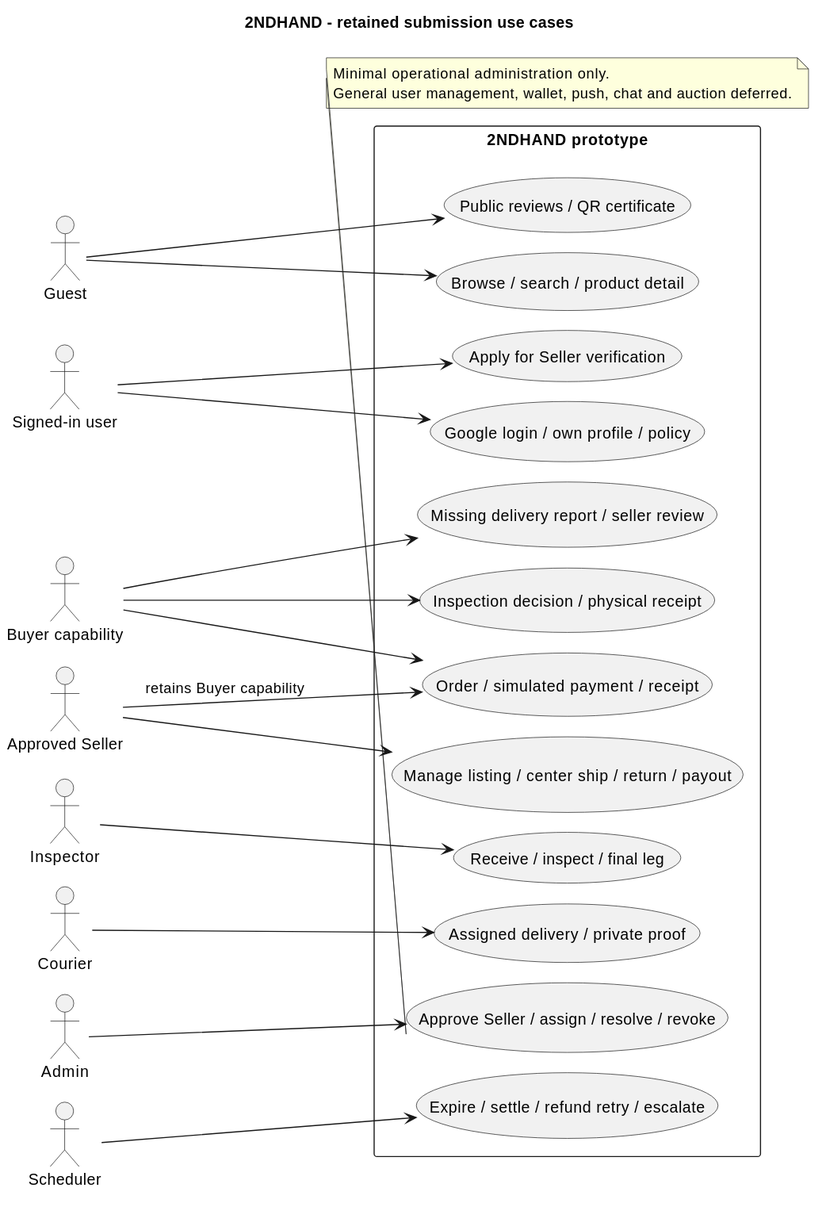
Earlier version of the PlantUML export doc/submission-2026-10-08/diagrams/rendered/use-cases.svg (naithammarak/secondhand-marketplace-android-app). Source of this version:
```plantuml
@startuml
!pragma layout smetana
title 2NDHAND - retained submission use cases
left to right direction
skinparam defaultFontName SansSerif
skinparam backgroundColor #FFFFFF
skinparam shadowing false
actor Guest
actor "Signed-in user" as User
actor "Buyer capability" as Buyer
actor "Approved Seller" as Seller
actor Inspector
actor Courier
actor Admin
actor Scheduler

rectangle "2NDHAND prototype" {
  usecase "Browse / search / product detail" as Browse
  usecase "Public reviews / QR certificate" as Public
  usecase "Google login / own profile / policy" as Profile
  usecase "Apply for Seller verification" as Apply
  usecase "Order / simulated payment / receipt" as Pay
  usecase "Inspection decision / physical receipt" as Decision
  usecase "Missing delivery report / seller review" as Review
  usecase "Manage listing / center ship / return / payout" as Sell
  usecase "Receive / inspect / final leg" as Inspect
  usecase "Assigned delivery / private proof" as Deliver
  usecase "Approve Seller / assign / resolve / revoke" as Manage
  usecase "Expire / settle / refund retry / escalate" as Jobs
}
Guest --> Browse
Guest --> Public
User --> Profile
User --> Apply
Buyer --> Pay
Buyer --> Decision
Buyer --> Review
Seller --> Sell
Seller --> Pay : retains Buyer capability
Inspector --> Inspect
Courier --> Deliver
Admin --> Manage
Scheduler --> Jobs
note bottom of Manage
  Minimal operational administration only.
  General user management, wallet, push, chat and auction deferred.
end note
@enduml
```
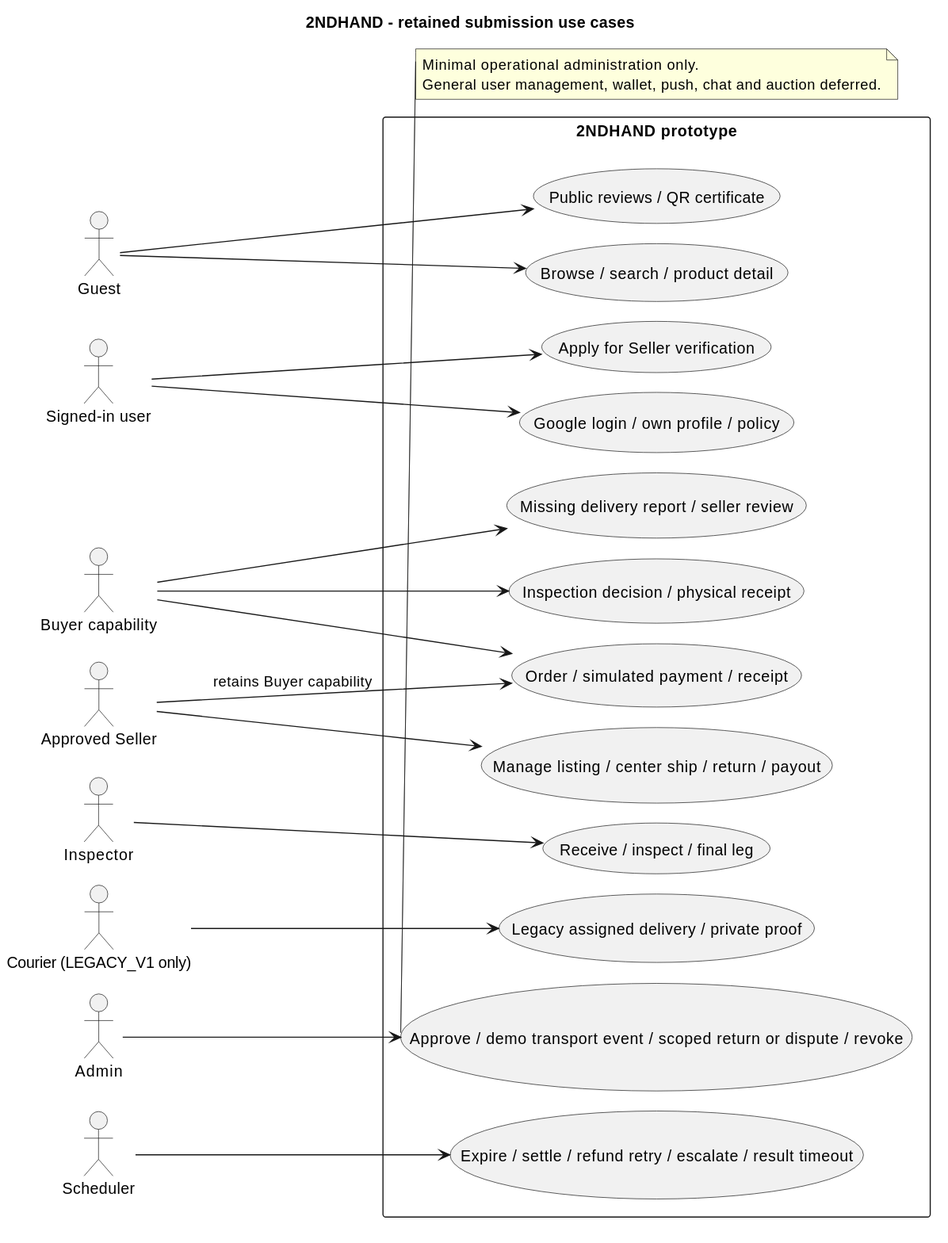
The same diagram one commit later.

The edit, as a diff of the source:
```diff
@@ -10,7 +10,7 @@
 actor "Buyer capability" as Buyer
 actor "Approved Seller" as Seller
 actor Inspector
-actor Courier
+actor "Courier (LEGACY_V1 only)" as Courier
 actor Admin
 actor Scheduler
 
@@ -24,9 +24,9 @@
   usecase "Missing delivery report / seller review" as Review
   usecase "Manage listing / center ship / return / payout" as Sell
   usecase "Receive / inspect / final leg" as Inspect
-  usecase "Assigned delivery / private proof" as Deliver
-  usecase "Approve Seller / assign / resolve / revoke" as Manage
-  usecase "Expire / settle / refund retry / escalate" as Jobs
+  usecase "Legacy assigned delivery / private proof" as Deliver
+  usecase "Approve / demo transport event / scoped return or dispute / revoke" as Manage
+  usecase "Expire / settle / refund retry / escalate / result timeout" as Jobs
 }
 Guest --> Browse
 Guest --> Public
```
